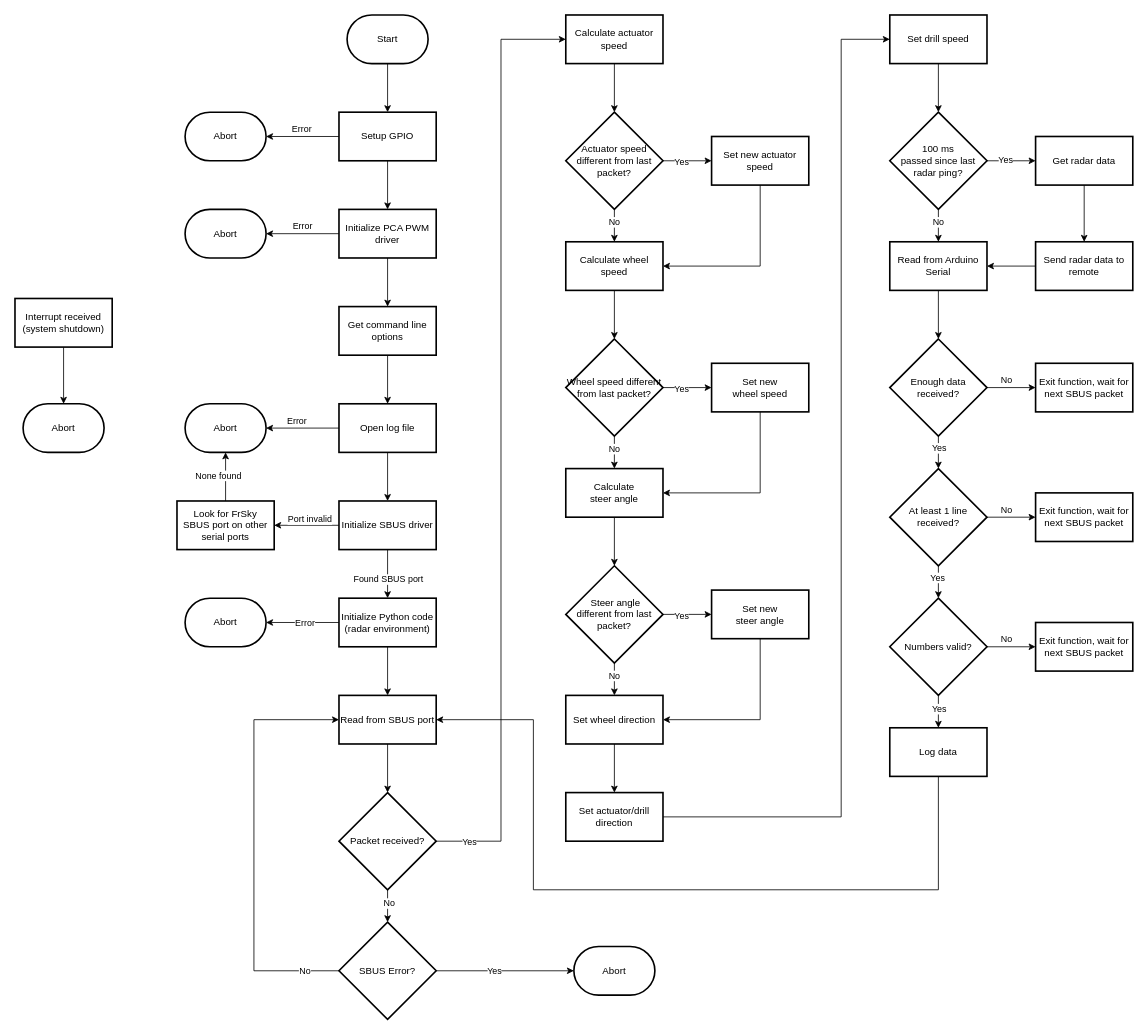
vrr8483/P21321 keeps this draw.io diagram as ROV Code overview.drawio. Above is the earlier version. Source tidied: cells renumbered, new cells numbered last; positions are measured from the earlier drawing's top-left corner, leaving out a move shared by most shapes. Both pictures are drawn from the tidied source at 81%, with x=0, y=0 at pixel (15, 15).
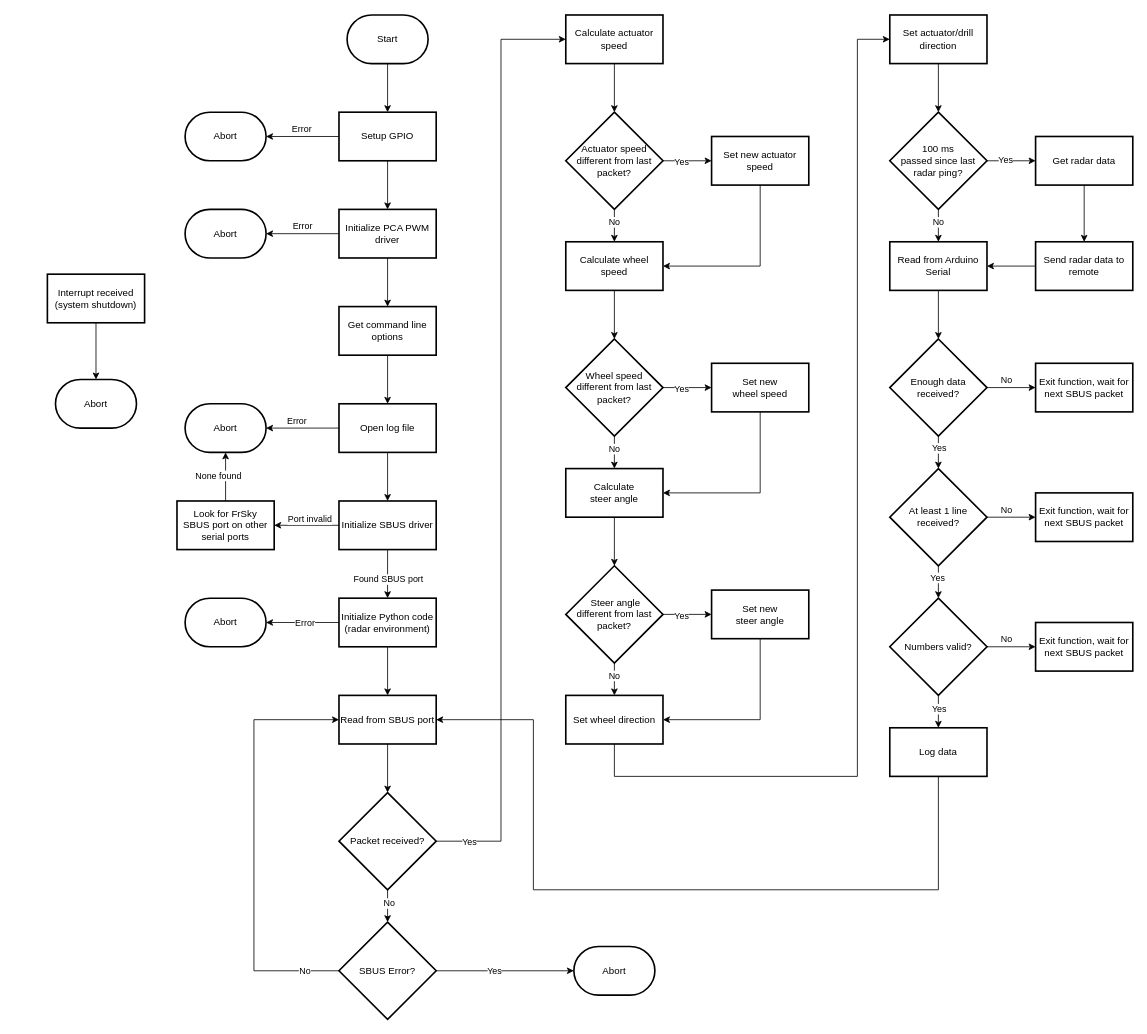
The same page after the edit.

The change refers to these unchanged cells:
```xml
<mxCell id="80" value="&lt;div&gt;Set wheel direction&lt;br&gt;&lt;/div&gt;" style="whiteSpace=wrap;html=1;strokeWidth=2;" parent="1" vertex="1">
  <mxGeometry x="680" y="840" width="120" height="60" as="geometry" />
</mxCell>
<mxCell id="88" value="&lt;div&gt;100 ms &lt;br&gt;&lt;/div&gt;&lt;div&gt;passed since last radar ping?&lt;/div&gt;" style="rhombus;whiteSpace=wrap;html=1;strokeWidth=2;" parent="1" vertex="1">
  <mxGeometry x="1080" y="120" width="120" height="120" as="geometry" />
</mxCell>
```

Diff of the diagram source:
```diff
@@
     <mxCell id="33" value="Interrupt received (system shutdown)" style="whiteSpace=wrap;html=1;strokeWidth=2;" parent="1" vertex="1">
-      <mxGeometry y="350" width="120" height="60" as="geometry" />
+      <mxGeometry x="40" y="320" width="120" height="60" as="geometry" />
     </mxCell>
     <mxCell id="34" value="Abort" style="strokeWidth=2;html=1;shape=mxgraph.flowchart.terminator;whiteSpace=wrap;" parent="1" vertex="1">
-      <mxGeometry x="10" y="480" width="100" height="60" as="geometry" />
+      <mxGeometry x="50" y="450" width="100" height="60" as="geometry" />
     </mxCell>
@@
-    <mxCell id="68" value="Wheel speed different from last packet?" style="rhombus;whiteSpace=wrap;html=1;strokeWidth=2;" parent="1" vertex="1">
+    <mxCell id="68" value="&lt;div&gt;Wheel speed &lt;br&gt;&lt;/div&gt;&lt;div&gt;different from last packet?&lt;/div&gt;" style="rhombus;whiteSpace=wrap;html=1;strokeWidth=2;" parent="1" vertex="1">
       <mxGeometry x="680" y="400" width="120" height="120" as="geometry" />
     </mxCell>
@@
-    <mxCell id="79" style="edgeStyle=orthogonalEdgeStyle;rounded=0;jettySize=auto;html=1;" parent="1" edge="1" source="80" target="82">
-      <mxGeometry relative="1" as="geometry" />
+    <mxCell id="79" style="edgeStyle=orthogonalEdgeStyle;rounded=0;jettySize=auto;html=1;exitX=0.5;exitY=1;exitDx=0;exitDy=0;" parent="1" edge="1" source="80" target="82">
+      <mxGeometry relative="1" as="geometry">
+        <Array as="points">
+          <mxPoint x="740" y="940" />
+          <mxPoint x="1040" y="940" />
+          <mxPoint x="1040" y="30" />
+        </Array>
+      </mxGeometry>
     </mxCell>
@@
-    <mxCell id="81" style="edgeStyle=orthogonalEdgeStyle;rounded=0;jettySize=auto;html=1;entryX=0;entryY=0.5;entryDx=0;entryDy=0;" parent="1" edge="1" source="82" target="84">
-      <mxGeometry relative="1" as="geometry">
-        <Array as="points">
-          <mxPoint x="1020" y="990" />
-          <mxPoint x="1020" y="30" />
-        </Array>
-      </mxGeometry>
-    </mxCell>
+    <mxCell id="110" style="edgeStyle=orthogonalEdgeStyle;rounded=0;jettySize=auto;html=1;" parent="1" edge="1" source="82" target="88">
+      <mxGeometry relative="1" as="geometry" />
+    </mxCell>
     <mxCell id="82" value="&lt;div&gt;Set actuator/drill direction&lt;/div&gt;" style="whiteSpace=wrap;html=1;strokeWidth=2;" parent="1" vertex="1">
-      <mxGeometry x="680" y="960" width="120" height="60" as="geometry" />
+      <mxGeometry x="1080" width="120" height="60" as="geometry" />
     </mxCell>
-    <mxCell id="83" style="edgeStyle=orthogonalEdgeStyle;rounded=0;jettySize=auto;html=1;" parent="1" edge="1" source="84" target="88">
-      <mxGeometry relative="1" as="geometry" />
-    </mxCell>
-    <mxCell id="84" value="Set drill speed" style="whiteSpace=wrap;html=1;strokeWidth=2;" parent="1" vertex="1">
-      <mxGeometry x="1080" width="120" height="60" as="geometry" />
-    </mxCell>
```
